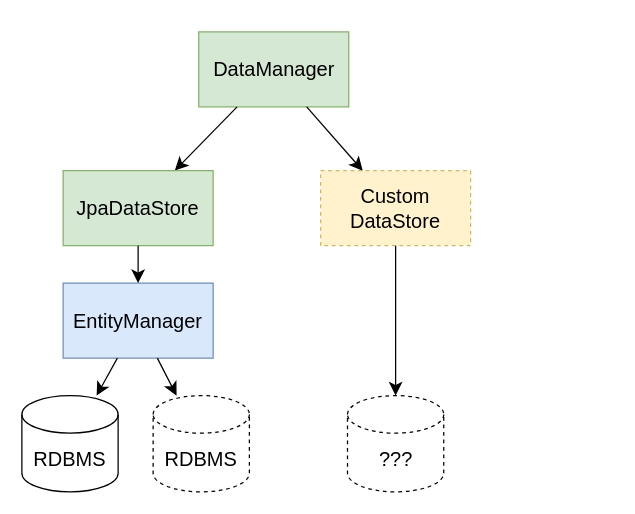
Before: page "data-manager-4" (8 of 14) of content/modules/concepts/diagrams/features.drawio in jmix-framework/jmix-docs, a draw.io diagram. Source tidied: cells renumbered, new cells numbered last; positions are measured from the earlier drawing's top-left corner, leaving out a move shared by most shapes. Both pictures are drawn from the tidied source at 125%, with x=0, y=0 at pixel (21, 31).
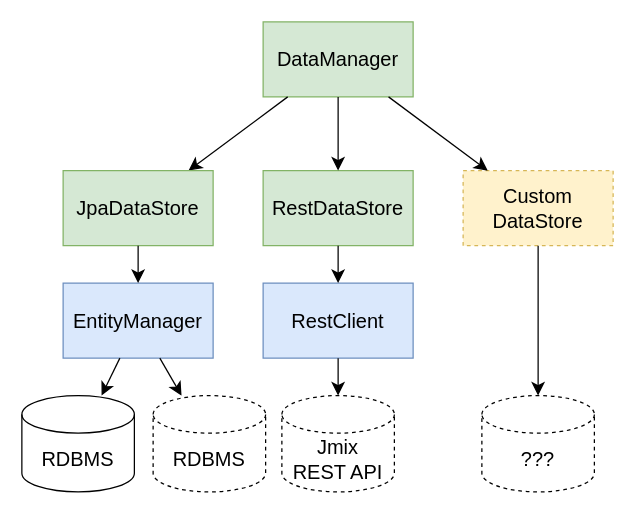
The same diagram, later.

Commit message (it also covers changes not shown here):
Mention REST DataStore in other sections #884

The edit, as a diff of the source:
```diff
@@
     <mxCell id="2" value="DataManager" style="rounded=0;whiteSpace=wrap;html=1;fontSize=16;fillColor=#d5e8d4;strokeColor=#82b366;" parent="1" vertex="1">
-      <mxGeometry x="141.5" width="120" height="60" as="geometry" />
+      <mxGeometry x="193" y="-8" width="120" height="60" as="geometry" />
     </mxCell>
     <mxCell id="3" value="RDBMS" style="shape=cylinder3;whiteSpace=wrap;html=1;boundedLbl=1;backgroundOutline=1;size=15;fontSize=16;" parent="1" vertex="1">
-      <mxGeometry y="291" width="77" height="77" as="geometry" />
+      <mxGeometry y="291" width="90" height="77" as="geometry" />
     </mxCell>
@@
     <mxCell id="7" value="RDBMS" style="shape=cylinder3;whiteSpace=wrap;html=1;boundedLbl=1;backgroundOutline=1;size=15;fontSize=16;dashed=1;" parent="1" vertex="1">
-      <mxGeometry x="105" y="291" width="77" height="77" as="geometry" />
+      <mxGeometry x="105" y="291" width="90" height="77" as="geometry" />
     </mxCell>
     <mxCell id="8" value="Custom&lt;br&gt;DataStore" style="rounded=0;whiteSpace=wrap;html=1;fontSize=16;dashed=1;fillColor=#fff2cc;strokeColor=#d6b656;" parent="1" vertex="1">
-      <mxGeometry x="239" y="111" width="120" height="60" as="geometry" />
+      <mxGeometry x="353" y="111" width="120" height="60" as="geometry" />
     </mxCell>
     <mxCell id="9" value="???" style="shape=cylinder3;whiteSpace=wrap;html=1;boundedLbl=1;backgroundOutline=1;size=15;fontSize=16;dashed=1;" parent="1" vertex="1">
-      <mxGeometry x="260.5" y="291" width="77" height="77" as="geometry" />
+      <mxGeometry x="368" y="291" width="90" height="77" as="geometry" />
     </mxCell>
@@
+    <mxCell id="15" value="RestDataStore" style="rounded=0;whiteSpace=wrap;html=1;fontSize=16;fillColor=#d5e8d4;strokeColor=#82b366;" parent="1" vertex="1">
+      <mxGeometry x="193" y="111" width="120" height="60" as="geometry" />
+    </mxCell>
+    <mxCell id="16" value="RestClient" style="rounded=0;whiteSpace=wrap;html=1;fontSize=16;fillColor=#dae8fc;strokeColor=#6c8ebf;" parent="1" vertex="1">
+      <mxGeometry x="193" y="201" width="120" height="60" as="geometry" />
+    </mxCell>
+    <mxCell id="17" value="Jmix&lt;br&gt;REST API" style="shape=cylinder3;whiteSpace=wrap;html=1;boundedLbl=1;backgroundOutline=1;size=15;fontSize=16;dashed=1;" parent="1" vertex="1">
+      <mxGeometry x="208" y="291" width="90" height="77" as="geometry" />
+    </mxCell>
+    <mxCell id="18" style="endArrow=classic;html=1;rounded=0;fontSize=12;startSize=8;endSize=8;curved=1;" parent="1" edge="1" source="15" target="16">
+      <mxGeometry relative="1" as="geometry" />
+    </mxCell>
+    <mxCell id="19" style="endArrow=classic;html=1;rounded=0;fontSize=12;startSize=8;endSize=8;curved=1;" parent="1" edge="1" source="16" target="17">
+      <mxGeometry relative="1" as="geometry" />
+    </mxCell>
+    <mxCell id="20" style="endArrow=classic;html=1;rounded=0;fontSize=12;startSize=8;endSize=8;curved=1;" parent="1" edge="1" source="2" target="15">
+      <mxGeometry relative="1" as="geometry" />
+    </mxCell>
```
